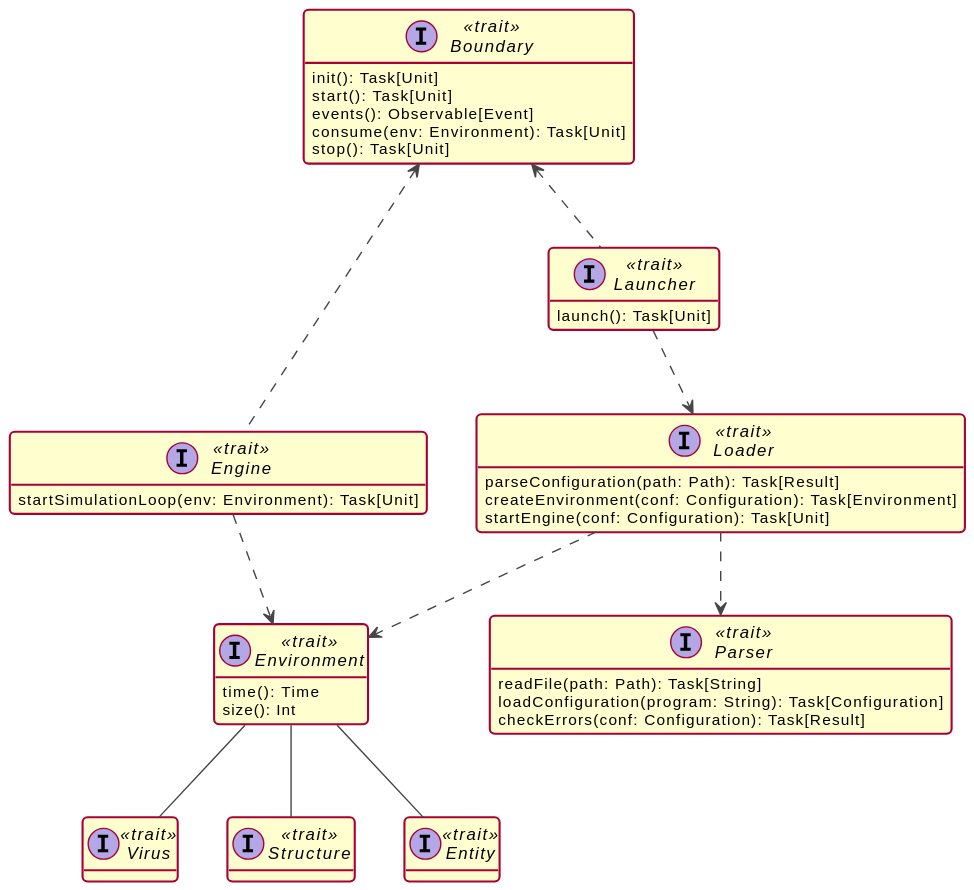
VirusSpreadSimulator/PPS-22-virsim keeps this PlantUML diagram as doc/report/imgs/class_architecture.svg. Above is the earlier version. Source of this version:
```plantuml
@startuml

!theme vibrant

interface Boundary <<trait>> {
  init(): Task[Unit]
  start(): Task[Unit]
  events(): Observable[Event]
  consume(env: Environment): Task[Unit]
  stop(): Task[Unit]
}

interface Engine <<trait>> {
  startSimulationLoop(env: Environment): Task[Unit]
}

interface Launcher <<trait>> {
  launch(): Task[Unit]
}

interface Loader <<trait>> {
  parseConfiguration(path: Path): Task[Result]
  createEnvironment(conf: Configuration): Task[Environment]
  startEngine(conf: Configuration): Task[Unit]
}


interface Parser <<trait>> {
  readFile(path: Path): Task[String]
  loadConfiguration(program: String): Task[Configuration]
  checkErrors(conf: Configuration): Task[Result]
}


interface Environment <<trait>> {
  time(): Time
  size(): Int
}


interface Virus <<trait>>
interface Structure <<trait>>
interface Entity <<trait>>

hide fields

Environment -- Virus
Environment -- Structure
Environment -- Entity

Boundary <.. Engine
Boundary <.. Launcher

Launcher ..> Loader

Loader ..> Parser

Engine ..> Environment

Loader ..> Environment

@enduml
```
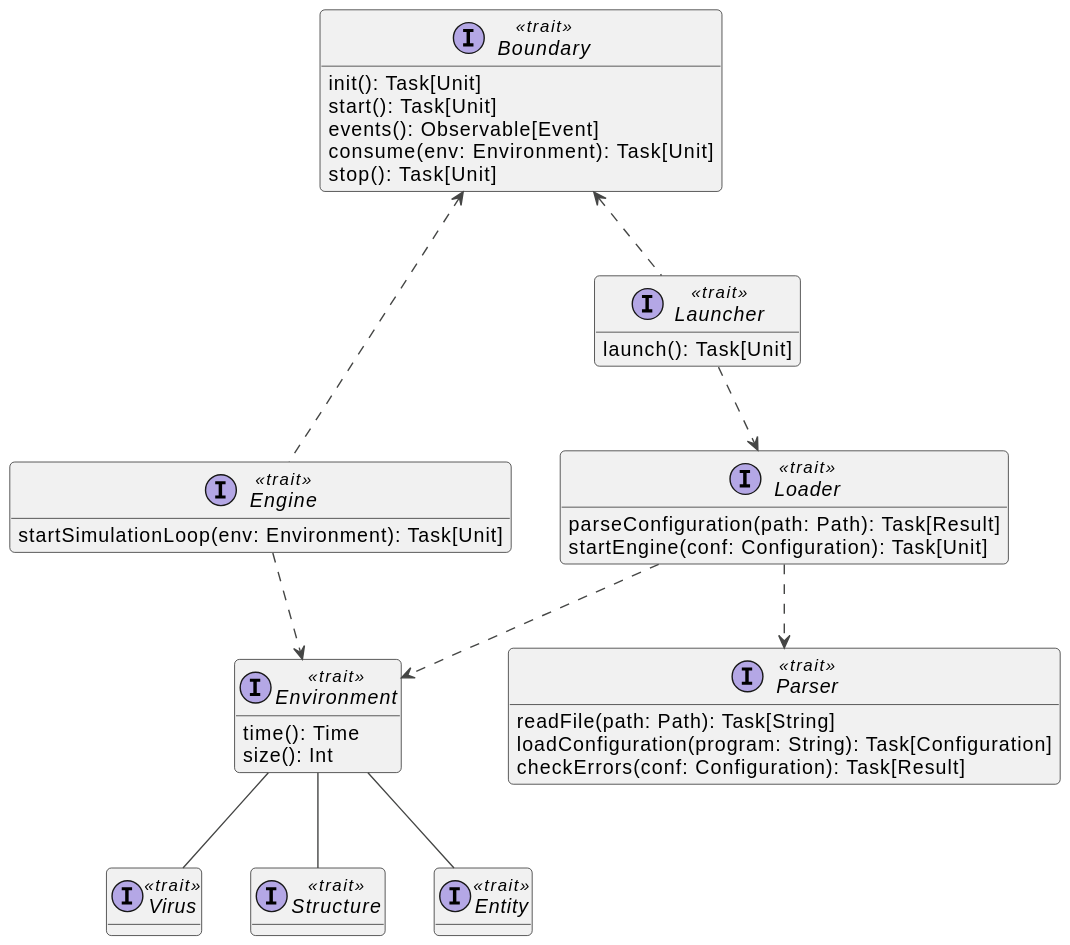
Above is the later version.

Commit message:
chore: make create environment private

The edit, as a diff of the source:
```diff
@@ -20,7 +20,6 @@
 
 interface Loader <<trait>> {
   parseConfiguration(path: Path): Task[Result]
-  createEnvironment(conf: Configuration): Task[Environment]
   startEngine(conf: Configuration): Task[Unit]
 }
 
```
